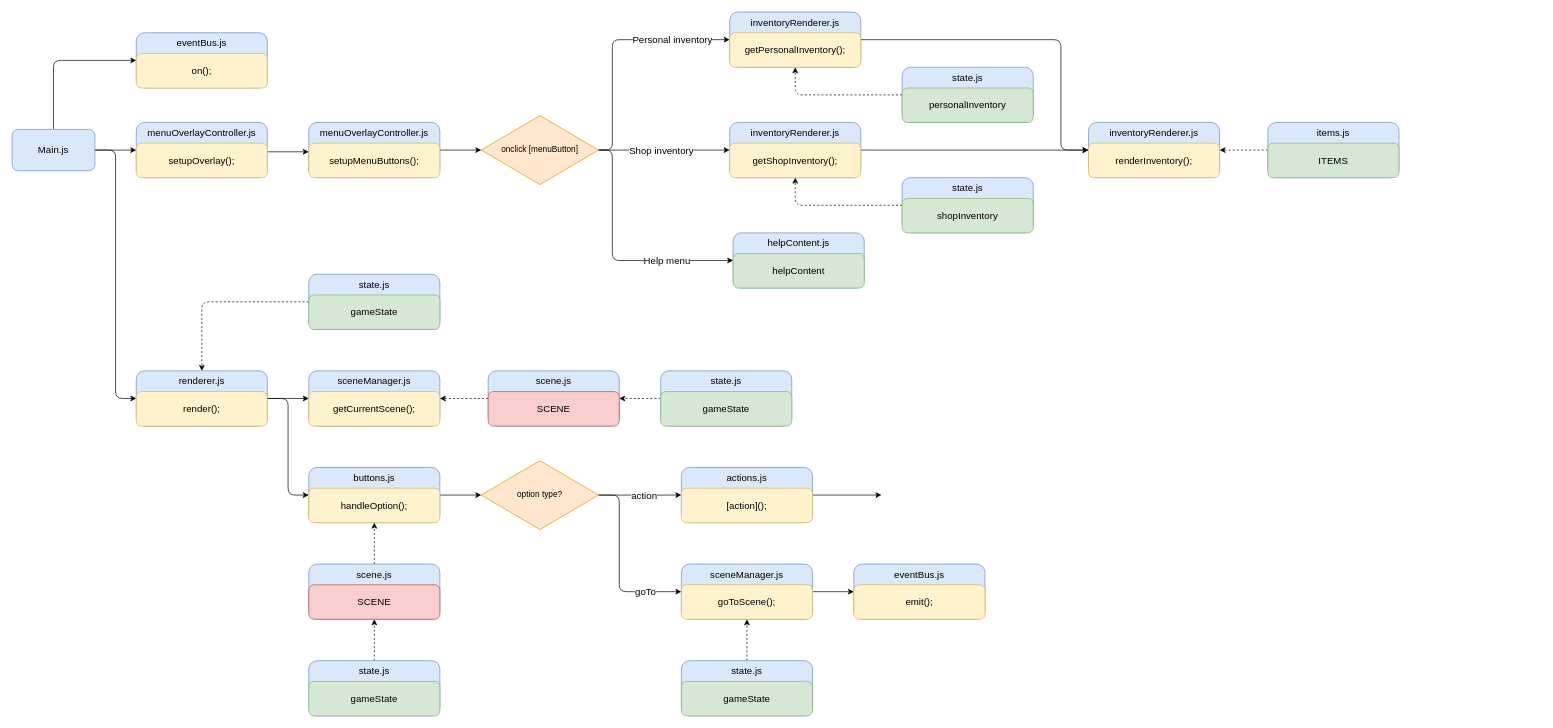
The draw.io diagram systemScamatic.drawio in jespercboer1/Repair_Rampage, before the edit. Source tidied: cells renumbered, new cells numbered last; positions are measured from the earlier drawing's top-left corner, leaving out a move shared by most shapes. Both pictures are drawn from the tidied source at 69%, with x=0, y=0 at pixel (12, 12).
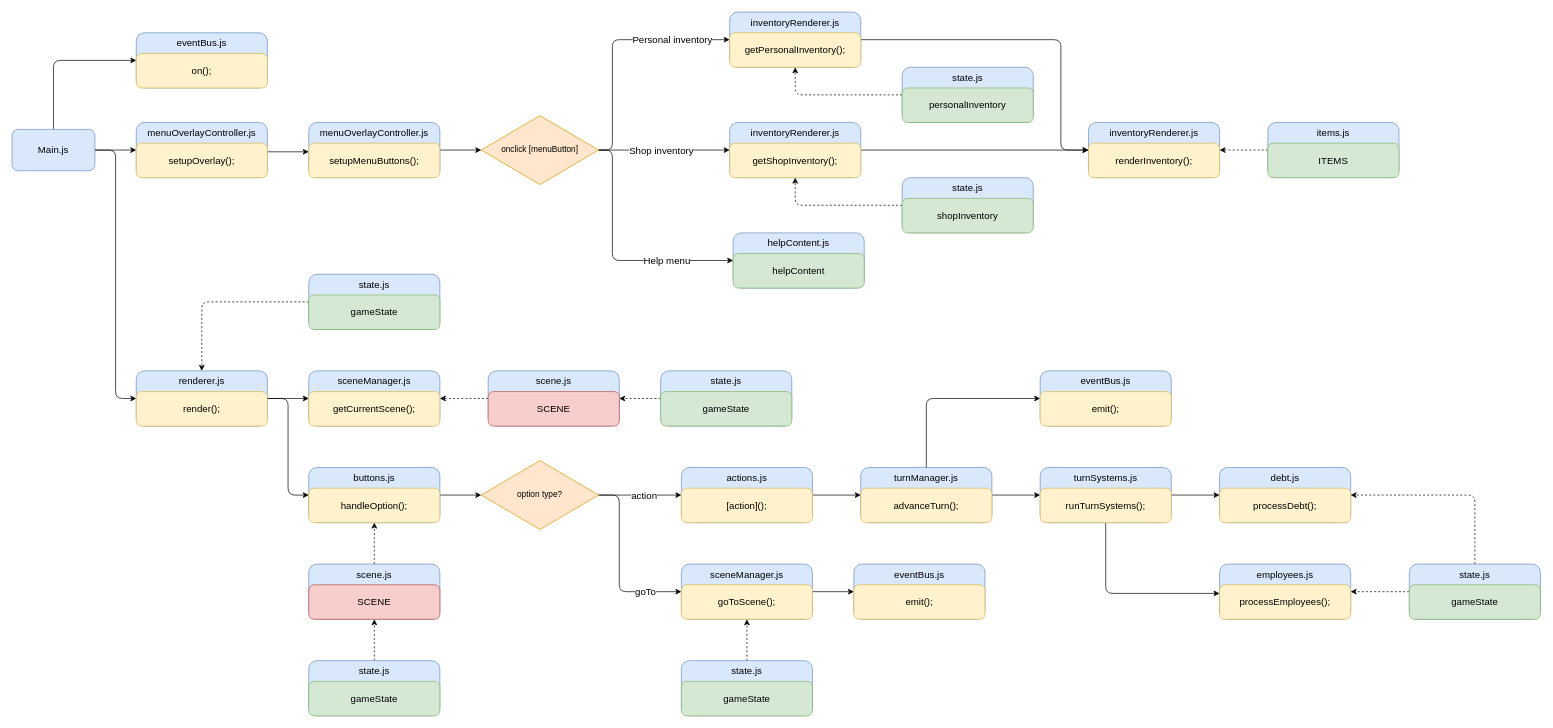
The same page after the edit.

Commit message (it also covers changes not shown here):
added save system to todo, updated the Scamatic to show whole code flow

Unchanged cells that the change refers to:
```xml
<mxCell id="68" value="actions.js" style="rounded=1;whiteSpace=wrap;html=1;fillColor=#dae8fc;strokeColor=#6c8ebf;fontSize=14;shadow=0;perimeterSpacing=0;verticalAlign=top;" parent="1" vertex="1">
  <mxGeometry x="970" y="660" width="190" height="80" as="geometry" />
</mxCell>
```

What changed in the source:
```diff
@@
-    <mxCell id="67" style="edgeStyle=none;html=1;" parent="1" edge="1" source="68">
-      <mxGeometry relative="1" as="geometry">
-        <mxPoint x="1260" y="700" as="targetPoint" />
-      </mxGeometry>
+    <mxCell id="67" style="edgeStyle=none;html=1;" parent="1" edge="1" source="68" target="81">
+      <mxGeometry relative="1" as="geometry" />
     </mxCell>
@@
+    <mxCell id="80" style="edgeStyle=none;html=1;" parent="1" edge="1" source="81" target="87">
+      <mxGeometry relative="1" as="geometry" />
+    </mxCell>
+    <mxCell id="81" value="turnManager.js" style="rounded=1;whiteSpace=wrap;html=1;fillColor=#dae8fc;strokeColor=#6c8ebf;fontSize=14;shadow=0;perimeterSpacing=0;verticalAlign=top;" parent="1" vertex="1">
+      <mxGeometry x="1230" y="660" width="190" height="80" as="geometry" />
+    </mxCell>
+    <mxCell id="82" value="advanceTurn();" style="rounded=1;whiteSpace=wrap;html=1;fillColor=#fff2cc;strokeColor=#d6b656;fontSize=14;shadow=0;perimeterSpacing=0;" parent="1" vertex="1">
+      <mxGeometry x="1230" y="690" width="190" height="50" as="geometry" />
+    </mxCell>
+    <mxCell id="83" style="edgeStyle=orthogonalEdgeStyle;html=1;exitX=0.5;exitY=0;exitDx=0;exitDy=0;" parent="1" edge="1" source="81" target="84">
+      <mxGeometry relative="1" as="geometry">
+        <Array as="points">
+          <mxPoint x="1325" y="560" />
+        </Array>
+      </mxGeometry>
+    </mxCell>
+    <mxCell id="84" value="eventBus.js" style="rounded=1;whiteSpace=wrap;html=1;fillColor=#dae8fc;strokeColor=#6c8ebf;fontSize=14;shadow=0;perimeterSpacing=0;verticalAlign=top;" parent="1" vertex="1">
+      <mxGeometry x="1490" y="520" width="190" height="80" as="geometry" />
+    </mxCell>
+    <mxCell id="85" value="emit();" style="rounded=1;whiteSpace=wrap;html=1;fillColor=#fff2cc;strokeColor=#d6b656;fontSize=14;shadow=0;perimeterSpacing=0;" parent="1" vertex="1">
+      <mxGeometry x="1490" y="550" width="190" height="50" as="geometry" />
+    </mxCell>
+    <mxCell id="86" style="edgeStyle=none;html=1;" parent="1" edge="1" source="87" target="90">
+      <mxGeometry relative="1" as="geometry" />
+    </mxCell>
+    <mxCell id="87" value="turnSystems.js" style="rounded=1;whiteSpace=wrap;html=1;fillColor=#dae8fc;strokeColor=#6c8ebf;fontSize=14;shadow=0;perimeterSpacing=0;verticalAlign=top;" parent="1" vertex="1">
+      <mxGeometry x="1490" y="660" width="190" height="80" as="geometry" />
+    </mxCell>
+    <mxCell id="88" style="edgeStyle=orthogonalEdgeStyle;html=1;exitX=0.5;exitY=1;exitDx=0;exitDy=0;entryX=0;entryY=0.25;entryDx=0;entryDy=0;" parent="1" edge="1" source="89" target="93">
+      <mxGeometry relative="1" as="geometry" />
+    </mxCell>
+    <mxCell id="89" value="runTurnSystems();" style="rounded=1;whiteSpace=wrap;html=1;fillColor=#fff2cc;strokeColor=#d6b656;fontSize=14;shadow=0;perimeterSpacing=0;" parent="1" vertex="1">
+      <mxGeometry x="1490" y="690" width="190" height="50" as="geometry" />
+    </mxCell>
+    <mxCell id="90" value="debt.js" style="rounded=1;whiteSpace=wrap;html=1;fillColor=#dae8fc;strokeColor=#6c8ebf;fontSize=14;shadow=0;perimeterSpacing=0;verticalAlign=top;" parent="1" vertex="1">
+      <mxGeometry x="1750" y="660" width="190" height="80" as="geometry" />
+    </mxCell>
+    <mxCell id="91" value="processDebt();" style="rounded=1;whiteSpace=wrap;html=1;fillColor=#fff2cc;strokeColor=#d6b656;fontSize=14;shadow=0;perimeterSpacing=0;" parent="1" vertex="1">
+      <mxGeometry x="1750" y="690" width="190" height="50" as="geometry" />
+    </mxCell>
+    <mxCell id="92" value="employees.js" style="rounded=1;whiteSpace=wrap;html=1;fillColor=#dae8fc;strokeColor=#6c8ebf;fontSize=14;shadow=0;perimeterSpacing=0;verticalAlign=top;" parent="1" vertex="1">
+      <mxGeometry x="1750" y="800" width="190" height="80" as="geometry" />
+    </mxCell>
+    <mxCell id="93" value="processEmployees();" style="rounded=1;whiteSpace=wrap;html=1;fillColor=#fff2cc;strokeColor=#d6b656;fontSize=14;shadow=0;perimeterSpacing=0;" parent="1" vertex="1">
+      <mxGeometry x="1750" y="830" width="190" height="50" as="geometry" />
+    </mxCell>
+    <mxCell id="94" style="edgeStyle=none;html=1;dashed=1;" parent="1" edge="1" source="96" target="92">
+      <mxGeometry relative="1" as="geometry" />
+    </mxCell>
+    <mxCell id="95" style="edgeStyle=orthogonalEdgeStyle;html=1;dashed=1;" parent="1" edge="1" source="96" target="90">
+      <mxGeometry relative="1" as="geometry">
+        <Array as="points">
+          <mxPoint x="2120" y="700" />
+        </Array>
+      </mxGeometry>
+    </mxCell>
+    <mxCell id="96" value="&lt;span style=&quot;color: rgb(0, 0, 0);&quot;&gt;state.js&lt;/span&gt;" style="rounded=1;whiteSpace=wrap;html=1;fillColor=#dae8fc;strokeColor=#6c8ebf;fontSize=14;shadow=0;perimeterSpacing=0;verticalAlign=top;" parent="1" vertex="1">
+      <mxGeometry x="2025" y="800" width="190" height="80" as="geometry" />
+    </mxCell>
+    <mxCell id="97" value="gameState" style="rounded=1;whiteSpace=wrap;html=1;fillColor=#d5e8d4;strokeColor=#82b366;fontSize=14;shadow=0;perimeterSpacing=0;" parent="1" vertex="1">
+      <mxGeometry x="2025" y="830" width="190" height="50" as="geometry" />
+    </mxCell>
```
